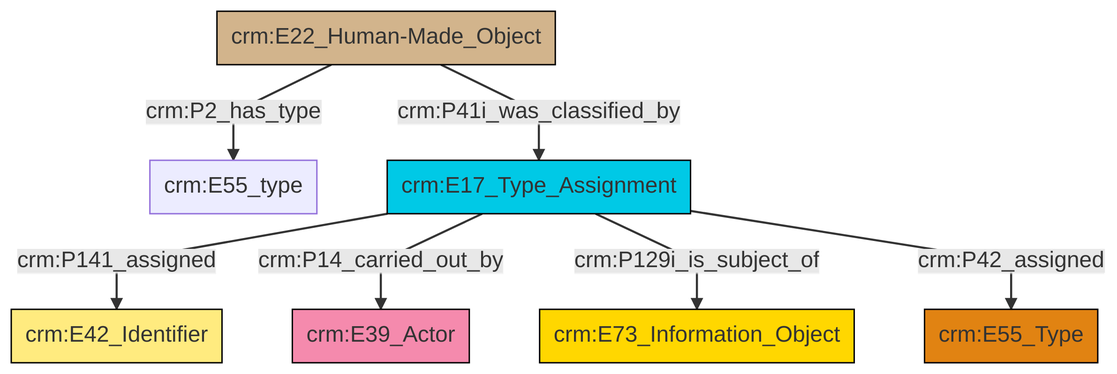
swiss-art-research-net/docs.swissartresearch keeps this Mermaid diagram as et/builtWorkCSV/ttl/mmd/png/Built_Work_designation_status.png. Above is the earlier version. Its source is kept beside it as et/builtWorkCSV/ttl/mmd/Built_Work_designation_status.ttl.mmd.
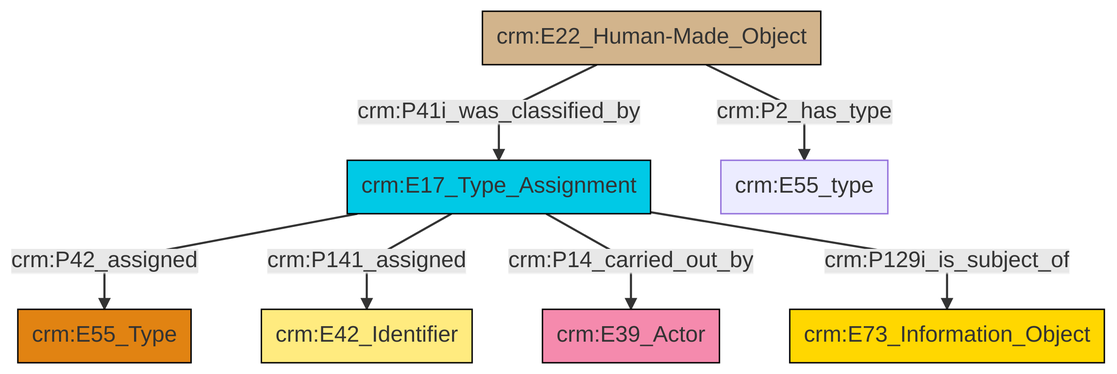
Above is the later version.

Change to the diagram source:
```diff
@@ -13,9 +13,9 @@
 classDef PC_Classes fill:#4ce600, stroke:#000000;
 classDef Multi fill:#cccccc,stroke:#000000;
 
-0["crm:E22_Human-Made_Object"]:::Physical_Thing -->|crm:P2_has_type| 1["crm:E55_type"]:::Default
-2["crm:E17_Type_Assignment"]:::Temporal_Entity -->|crm:P141_assigned| 3["crm:E42_Identifier"]:::Appellation
-0["crm:E22_Human-Made_Object"]:::Physical_Thing -->|crm:P41i_was_classified_by| 2["crm:E17_Type_Assignment"]:::Temporal_Entity
-2["crm:E17_Type_Assignment"]:::Temporal_Entity -->|crm:P14_carried_out_by| 7["crm:E39_Actor"]:::Actor
-2["crm:E17_Type_Assignment"]:::Temporal_Entity -->|crm:P129i_is_subject_of| 9["crm:E73_Information_Object"]:::Conceptual_Object
-2["crm:E17_Type_Assignment"]:::Temporal_Entity -->|crm:P42_assigned| 4["crm:E55_Type"]:::Type
+2["crm:E22_Human-Made_Object"]:::Physical_Thing -->|crm:P41i_was_classified_by| 3["crm:E17_Type_Assignment"]:::Temporal_Entity
+3["crm:E17_Type_Assignment"]:::Temporal_Entity -->|crm:P42_assigned| 0["crm:E55_Type"]:::Type
+3["crm:E17_Type_Assignment"]:::Temporal_Entity -->|crm:P141_assigned| 5["crm:E42_Identifier"]:::Appellation
+3["crm:E17_Type_Assignment"]:::Temporal_Entity -->|crm:P14_carried_out_by| 9["crm:E39_Actor"]:::Actor
+3["crm:E17_Type_Assignment"]:::Temporal_Entity -->|crm:P129i_is_subject_of| 7["crm:E73_Information_Object"]:::Conceptual_Object
+2["crm:E22_Human-Made_Object"]:::Physical_Thing -->|crm:P2_has_type| 12["crm:E55_type"]:::Default
```
